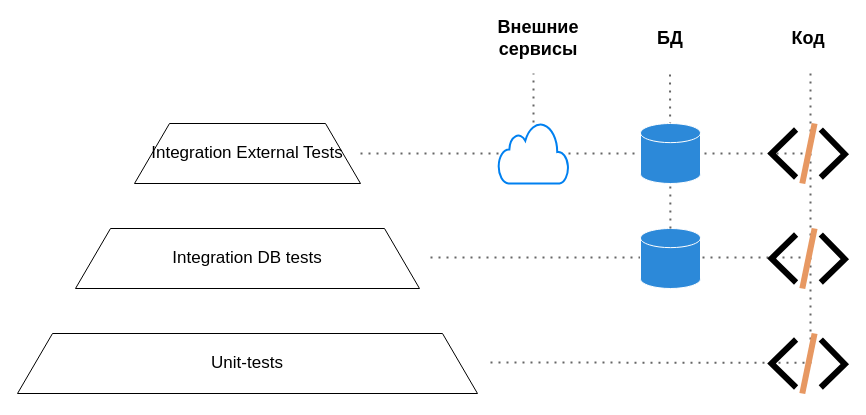
Before: Tests.drawio in Solairw/Drawing, a draw.io diagram. Source tidied: cells renumbered, new cells numbered last; positions are measured from the earlier drawing's top-left corner, leaving out a move shared by most shapes. Both pictures are drawn from the tidied source at 100%, with x=0, y=0 at pixel (17, 23).
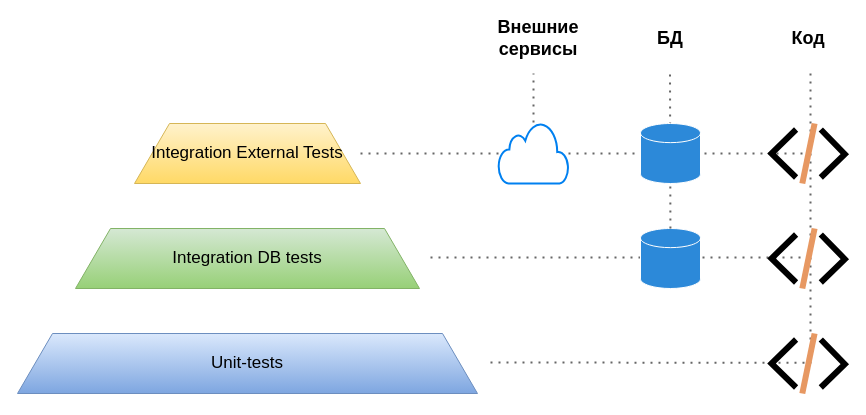
After the change.

What changed in the source:
```diff
@@
-    <mxCell id="5" value="Integration External Tests" style="shape=trapezoid;perimeter=trapezoidPerimeter;whiteSpace=wrap;html=1;fixedSize=1;fontFamily=Pt Astra Sans;fontSize=17;size=35;points=[[0,0.25,0,0,0],[0,0.5,0,0,0],[0,0.75,0,0,0],[0,1,0,0,0],[0.15,0,0,0,0],[0.25,0,0,0,0],[0.25,1,0,0,0],[0.5,0,0,0,0],[0.5,1,0,0,0],[0.75,0,0,0,0],[0.75,1,0,0,0],[0.85,0,0,0,0],[1,0.25,0,0,0],[1,0.5,0,0,0],[1,0.75,0,0,0],[1,1,0,0,0]];" parent="1" vertex="1">
+    <mxCell id="5" value="Integration External Tests" style="shape=trapezoid;perimeter=trapezoidPerimeter;whiteSpace=wrap;html=1;fixedSize=1;fontFamily=Pt Astra Sans;fontSize=17;size=35;points=[[0,0.25,0,0,0],[0,0.5,0,0,0],[0,0.75,0,0,0],[0,1,0,0,0],[0.15,0,0,0,0],[0.25,0,0,0,0],[0.25,1,0,0,0],[0.5,0,0,0,0],[0.5,1,0,0,0],[0.75,0,0,0,0],[0.75,1,0,0,0],[0.85,0,0,0,0],[1,0.25,0,0,0],[1,0.5,0,0,0],[1,0.75,0,0,0],[1,1,0,0,0]];fillColor=#fff2cc;gradientColor=#ffd966;strokeColor=#d6b656;" parent="1" vertex="1">
       <mxGeometry x="117" y="100" width="226" height="60" as="geometry" />
     </mxCell>
-    <mxCell id="6" value="Unit-tests" style="shape=trapezoid;perimeter=trapezoidPerimeter;whiteSpace=wrap;html=1;fixedSize=1;fontFamily=Pt Astra Sans;fontSize=17;size=35;" parent="1" vertex="1">
+    <mxCell id="6" value="Unit-tests" style="shape=trapezoid;perimeter=trapezoidPerimeter;whiteSpace=wrap;html=1;fixedSize=1;fontFamily=Pt Astra Sans;fontSize=17;size=35;fillColor=#dae8fc;gradientColor=#7ea6e0;strokeColor=#6c8ebf;" parent="1" vertex="1">
       <mxGeometry y="310" width="460" height="60" as="geometry" />
     </mxCell>
-    <mxCell id="7" value="Integration DB tests" style="shape=trapezoid;perimeter=trapezoidPerimeter;whiteSpace=wrap;html=1;fixedSize=1;fontFamily=Pt Astra Sans;fontSize=17;size=35;" parent="1" vertex="1">
+    <mxCell id="7" value="Integration DB tests" style="shape=trapezoid;perimeter=trapezoidPerimeter;whiteSpace=wrap;html=1;fixedSize=1;fontFamily=Pt Astra Sans;fontSize=17;size=35;fillColor=#d5e8d4;gradientColor=#97d077;strokeColor=#82b366;" parent="1" vertex="1">
       <mxGeometry x="58" y="205" width="344" height="60" as="geometry" />
     </mxCell>
```
